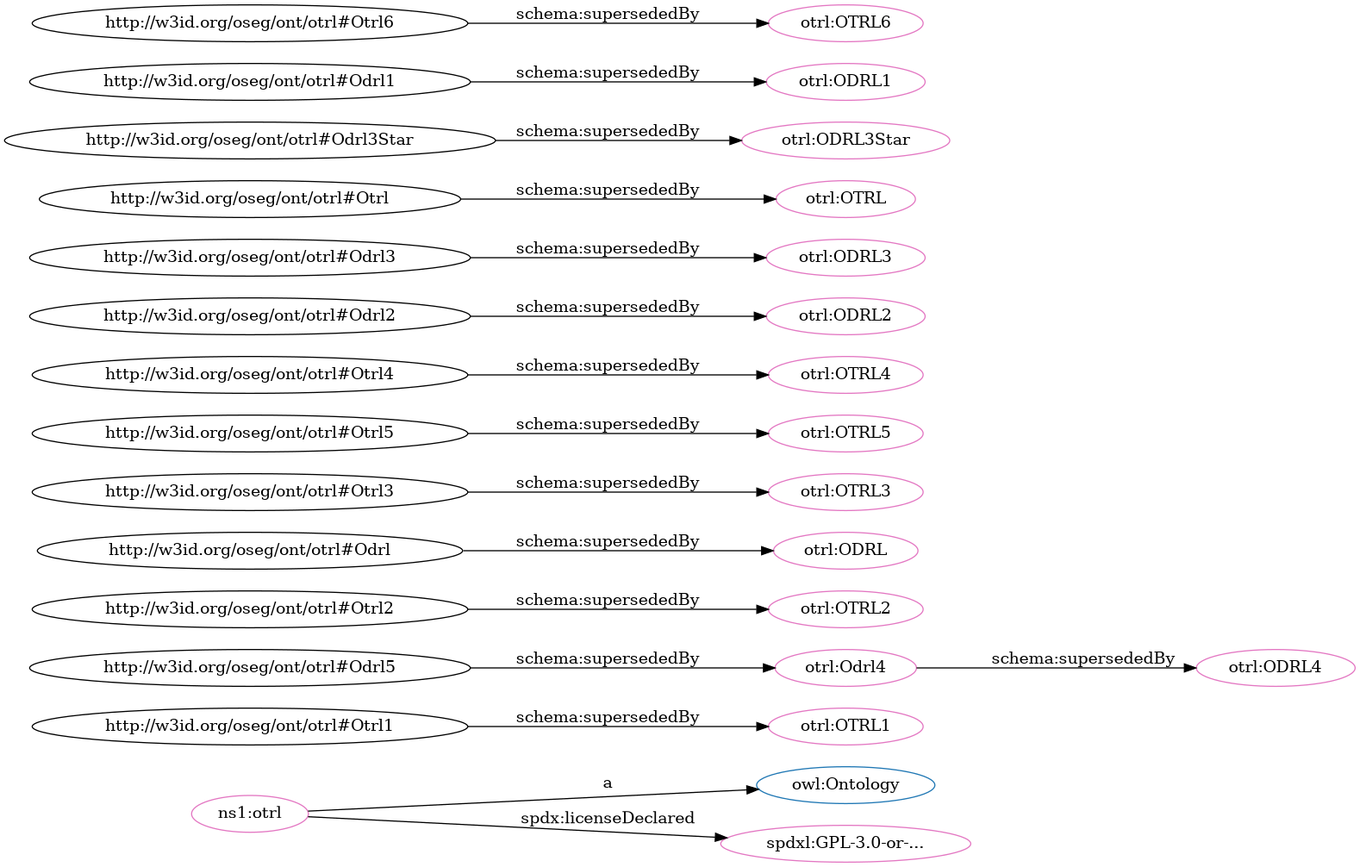
Above: src/spec/dot_otrl_deprecated.png in iop-alliance/OpenKnowHow (Graphviz), before the change. Its source is kept beside it as src/spec/dot_otrl_deprecated.dot.
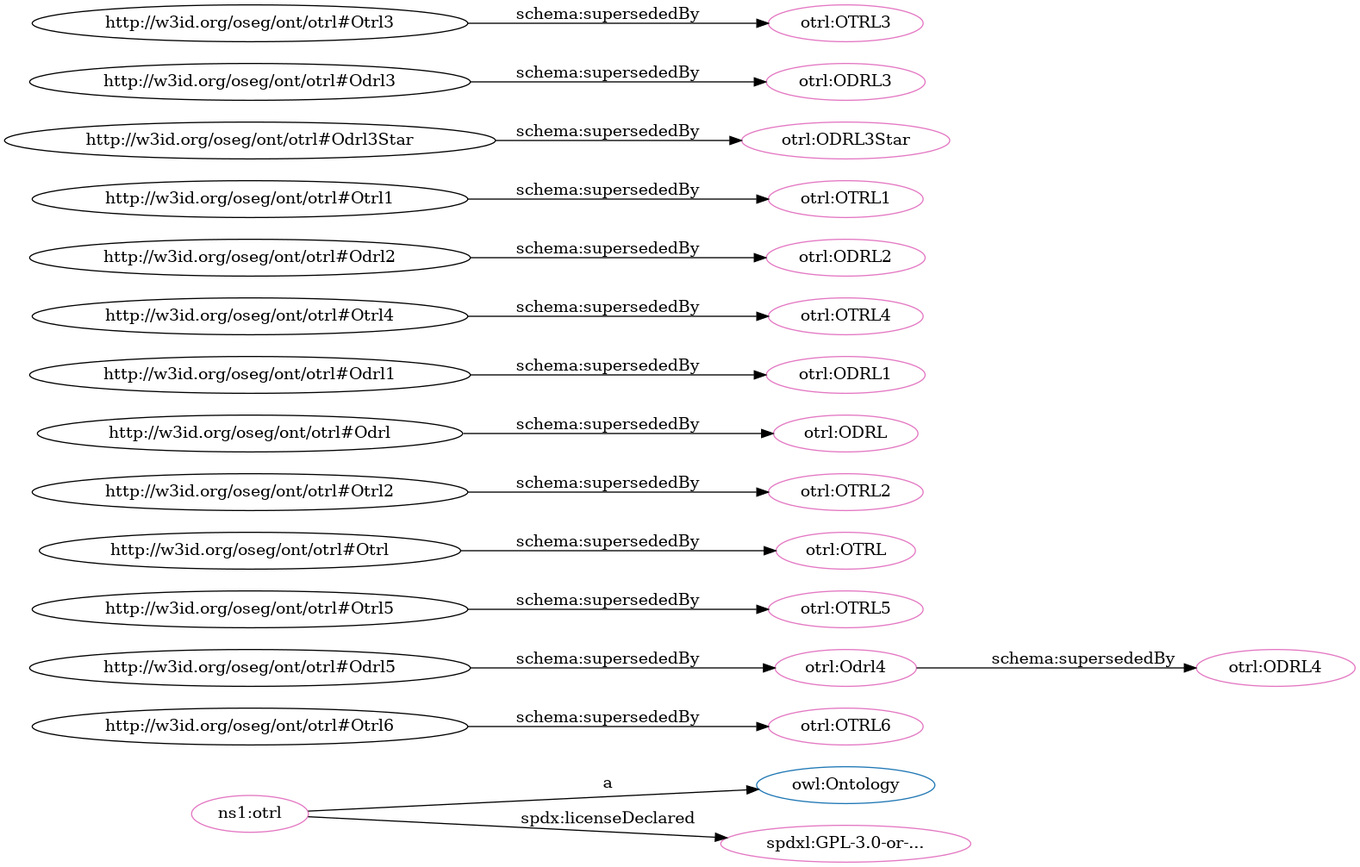
Above is the later version.

Change to the diagram source:
```diff
@@ -2,36 +2,36 @@
   rankdir=BT
   node[height=.3]
 "http://www.w3.org/2002/07/owl#Ontology" [fillcolor="#1f77b4" color="#1f77b4" label="owl:Ontology"]
-"http://w3id.org/oseg/ont/otrl#OTRL1" [fillcolor="#e377c2" color="#e377c2" label="otrl:OTRL1"]
+"http://w3id.org/oseg/ont/otrl#OTRL6" [fillcolor="#e377c2" color="#e377c2" label="otrl:OTRL6"]
 "http://w3id.org/oseg/ont/otrl#Odrl4" [fillcolor="#e377c2" color="#e377c2" label="otrl:Odrl4"]
+"http://w3id.org/oseg/ont/otrl#ODRL4" [fillcolor="#e377c2" color="#e377c2" label="otrl:ODRL4"]
+"http://w3id.org/oseg/ont/otrl#OTRL5" [fillcolor="#e377c2" color="#e377c2" label="otrl:OTRL5"]
+"http://w3id.org/oseg/ont/otrl" [fillcolor="#e377c2" color="#e377c2" label="ns1:otrl"]
+"http://w3id.org/oseg/ont/otrl#OTRL" [fillcolor="#e377c2" color="#e377c2" label="otrl:OTRL"]
 "http://w3id.org/oseg/ont/otrl#OTRL2" [fillcolor="#e377c2" color="#e377c2" label="otrl:OTRL2"]
 "http://w3id.org/oseg/ont/otrl#ODRL" [fillcolor="#e377c2" color="#e377c2" label="otrl:ODRL"]
+"http://w3id.org/oseg/ont/otrl#ODRL1" [fillcolor="#e377c2" color="#e377c2" label="otrl:ODRL1"]
+"http://w3id.org/oseg/ont/otrl#OTRL4" [fillcolor="#e377c2" color="#e377c2" label="otrl:OTRL4"]
+"http://w3id.org/oseg/ont/otrl#ODRL2" [fillcolor="#e377c2" color="#e377c2" label="otrl:ODRL2"]
+"http://w3id.org/oseg/ont/otrl#OTRL1" [fillcolor="#e377c2" color="#e377c2" label="otrl:OTRL1"]
+"http://w3id.org/oseg/ont/otrl#ODRL3Star" [fillcolor="#e377c2" color="#e377c2" label="otrl:ODRL3Star"]
+"http://spdx.org/licenses/GPL-3.0-or-later" [fillcolor="#e377c2" color="#e377c2" label="spdxl:GPL-3.0-or-..."]
+"http://w3id.org/oseg/ont/otrl#ODRL3" [fillcolor="#e377c2" color="#e377c2" label="otrl:ODRL3"]
 "http://w3id.org/oseg/ont/otrl#OTRL3" [fillcolor="#e377c2" color="#e377c2" label="otrl:OTRL3"]
-"http://w3id.org/oseg/ont/otrl#OTRL5" [fillcolor="#e377c2" color="#e377c2" label="otrl:OTRL5"]
-"http://w3id.org/oseg/ont/otrl#OTRL4" [fillcolor="#e377c2" color="#e377c2" label="otrl:OTRL4"]
-"http://w3id.org/oseg/ont/otrl" [fillcolor="#e377c2" color="#e377c2" label="ns1:otrl"]
-"http://w3id.org/oseg/ont/otrl#ODRL2" [fillcolor="#e377c2" color="#e377c2" label="otrl:ODRL2"]
-"http://w3id.org/oseg/ont/otrl#ODRL3" [fillcolor="#e377c2" color="#e377c2" label="otrl:ODRL3"]
-"http://w3id.org/oseg/ont/otrl#ODRL4" [fillcolor="#e377c2" color="#e377c2" label="otrl:ODRL4"]
-"http://w3id.org/oseg/ont/otrl#OTRL" [fillcolor="#e377c2" color="#e377c2" label="otrl:OTRL"]
-"http://w3id.org/oseg/ont/otrl#ODRL3Star" [fillcolor="#e377c2" color="#e377c2" label="otrl:ODRL3Star"]
-"http://w3id.org/oseg/ont/otrl#ODRL1" [fillcolor="#e377c2" color="#e377c2" label="otrl:ODRL1"]
-"http://w3id.org/oseg/ont/otrl#OTRL6" [fillcolor="#e377c2" color="#e377c2" label="otrl:OTRL6"]
-"http://spdx.org/licenses/GPL-3.0-or-later" [fillcolor="#e377c2" color="#e377c2" label="spdxl:GPL-3.0-or-..."]
-  "http://w3id.org/oseg/ont/otrl#Otrl1" -> "http://w3id.org/oseg/ont/otrl#OTRL1" [label="schema:supersededBy"]
+  "http://w3id.org/oseg/ont/otrl#Otrl6" -> "http://w3id.org/oseg/ont/otrl#OTRL6" [label="schema:supersededBy"]
   "http://w3id.org/oseg/ont/otrl#Odrl5" -> "http://w3id.org/oseg/ont/otrl#Odrl4" [label="schema:supersededBy"]
+  "http://w3id.org/oseg/ont/otrl#Odrl4" -> "http://w3id.org/oseg/ont/otrl#ODRL4" [label="schema:supersededBy"]
+  "http://w3id.org/oseg/ont/otrl#Otrl5" -> "http://w3id.org/oseg/ont/otrl#OTRL5" [label="schema:supersededBy"]
+  "http://w3id.org/oseg/ont/otrl" -> "http://www.w3.org/2002/07/owl#Ontology" [label="a"]
+  "http://w3id.org/oseg/ont/otrl#Otrl" -> "http://w3id.org/oseg/ont/otrl#OTRL" [label="schema:supersededBy"]
   "http://w3id.org/oseg/ont/otrl#Otrl2" -> "http://w3id.org/oseg/ont/otrl#OTRL2" [label="schema:supersededBy"]
   "http://w3id.org/oseg/ont/otrl#Odrl" -> "http://w3id.org/oseg/ont/otrl#ODRL" [label="schema:supersededBy"]
+  "http://w3id.org/oseg/ont/otrl#Odrl1" -> "http://w3id.org/oseg/ont/otrl#ODRL1" [label="schema:supersededBy"]
+  "http://w3id.org/oseg/ont/otrl#Otrl4" -> "http://w3id.org/oseg/ont/otrl#OTRL4" [label="schema:supersededBy"]
+  "http://w3id.org/oseg/ont/otrl#Otrl1" -> "http://w3id.org/oseg/ont/otrl#OTRL1" [label="schema:supersededBy"]
+  "http://w3id.org/oseg/ont/otrl#Odrl2" -> "http://w3id.org/oseg/ont/otrl#ODRL2" [label="schema:supersededBy"]
+  "http://w3id.org/oseg/ont/otrl#Odrl3Star" -> "http://w3id.org/oseg/ont/otrl#ODRL3Star" [label="schema:supersededBy"]
+  "http://w3id.org/oseg/ont/otrl" -> "http://spdx.org/licenses/GPL-3.0-or-later" [label="spdx:licenseDeclared"]
   "http://w3id.org/oseg/ont/otrl#Otrl3" -> "http://w3id.org/oseg/ont/otrl#OTRL3" [label="schema:supersededBy"]
-  "http://w3id.org/oseg/ont/otrl#Otrl5" -> "http://w3id.org/oseg/ont/otrl#OTRL5" [label="schema:supersededBy"]
-  "http://w3id.org/oseg/ont/otrl#Otrl6" -> "http://w3id.org/oseg/ont/otrl#OTRL6" [label="schema:supersededBy"]
-  "http://w3id.org/oseg/ont/otrl#Otrl4" -> "http://w3id.org/oseg/ont/otrl#OTRL4" [label="schema:supersededBy"]
-  "http://w3id.org/oseg/ont/otrl" -> "http://www.w3.org/2002/07/owl#Ontology" [label="a"]
-  "http://w3id.org/oseg/ont/otrl#Odrl2" -> "http://w3id.org/oseg/ont/otrl#ODRL2" [label="schema:supersededBy"]
   "http://w3id.org/oseg/ont/otrl#Odrl3" -> "http://w3id.org/oseg/ont/otrl#ODRL3" [label="schema:supersededBy"]
-  "http://w3id.org/oseg/ont/otrl#Odrl4" -> "http://w3id.org/oseg/ont/otrl#ODRL4" [label="schema:supersededBy"]
-  "http://w3id.org/oseg/ont/otrl#Otrl" -> "http://w3id.org/oseg/ont/otrl#OTRL" [label="schema:supersededBy"]
-  "http://w3id.org/oseg/ont/otrl#Odrl3Star" -> "http://w3id.org/oseg/ont/otrl#ODRL3Star" [label="schema:supersededBy"]
-  "http://w3id.org/oseg/ont/otrl#Odrl1" -> "http://w3id.org/oseg/ont/otrl#ODRL1" [label="schema:supersededBy"]
-  "http://w3id.org/oseg/ont/otrl" -> "http://spdx.org/licenses/GPL-3.0-or-later" [label="spdx:licenseDeclared"]
 }
```
